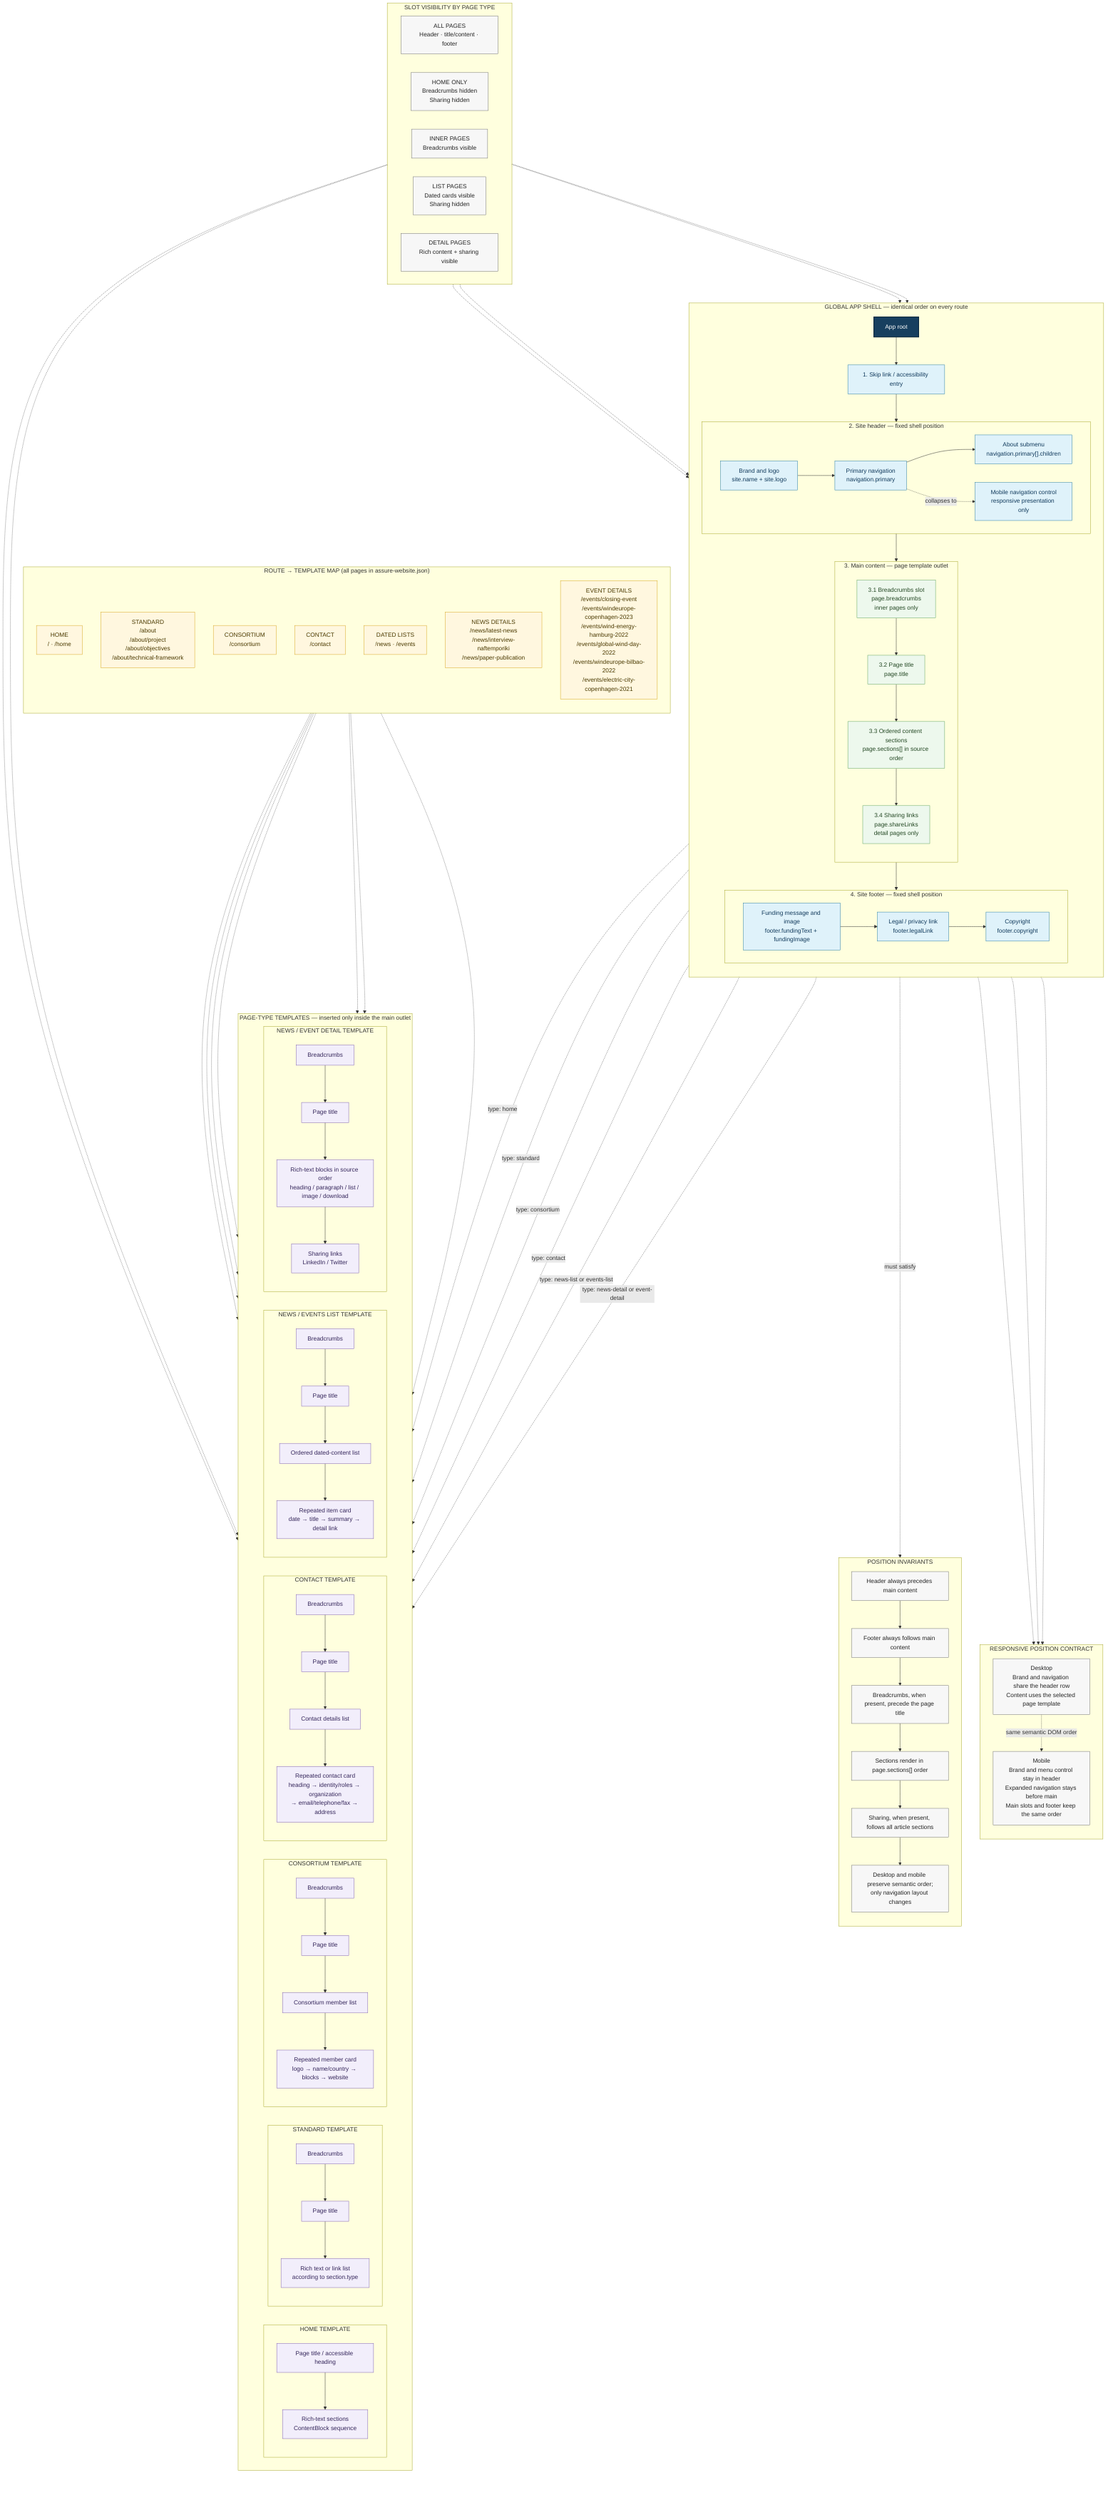
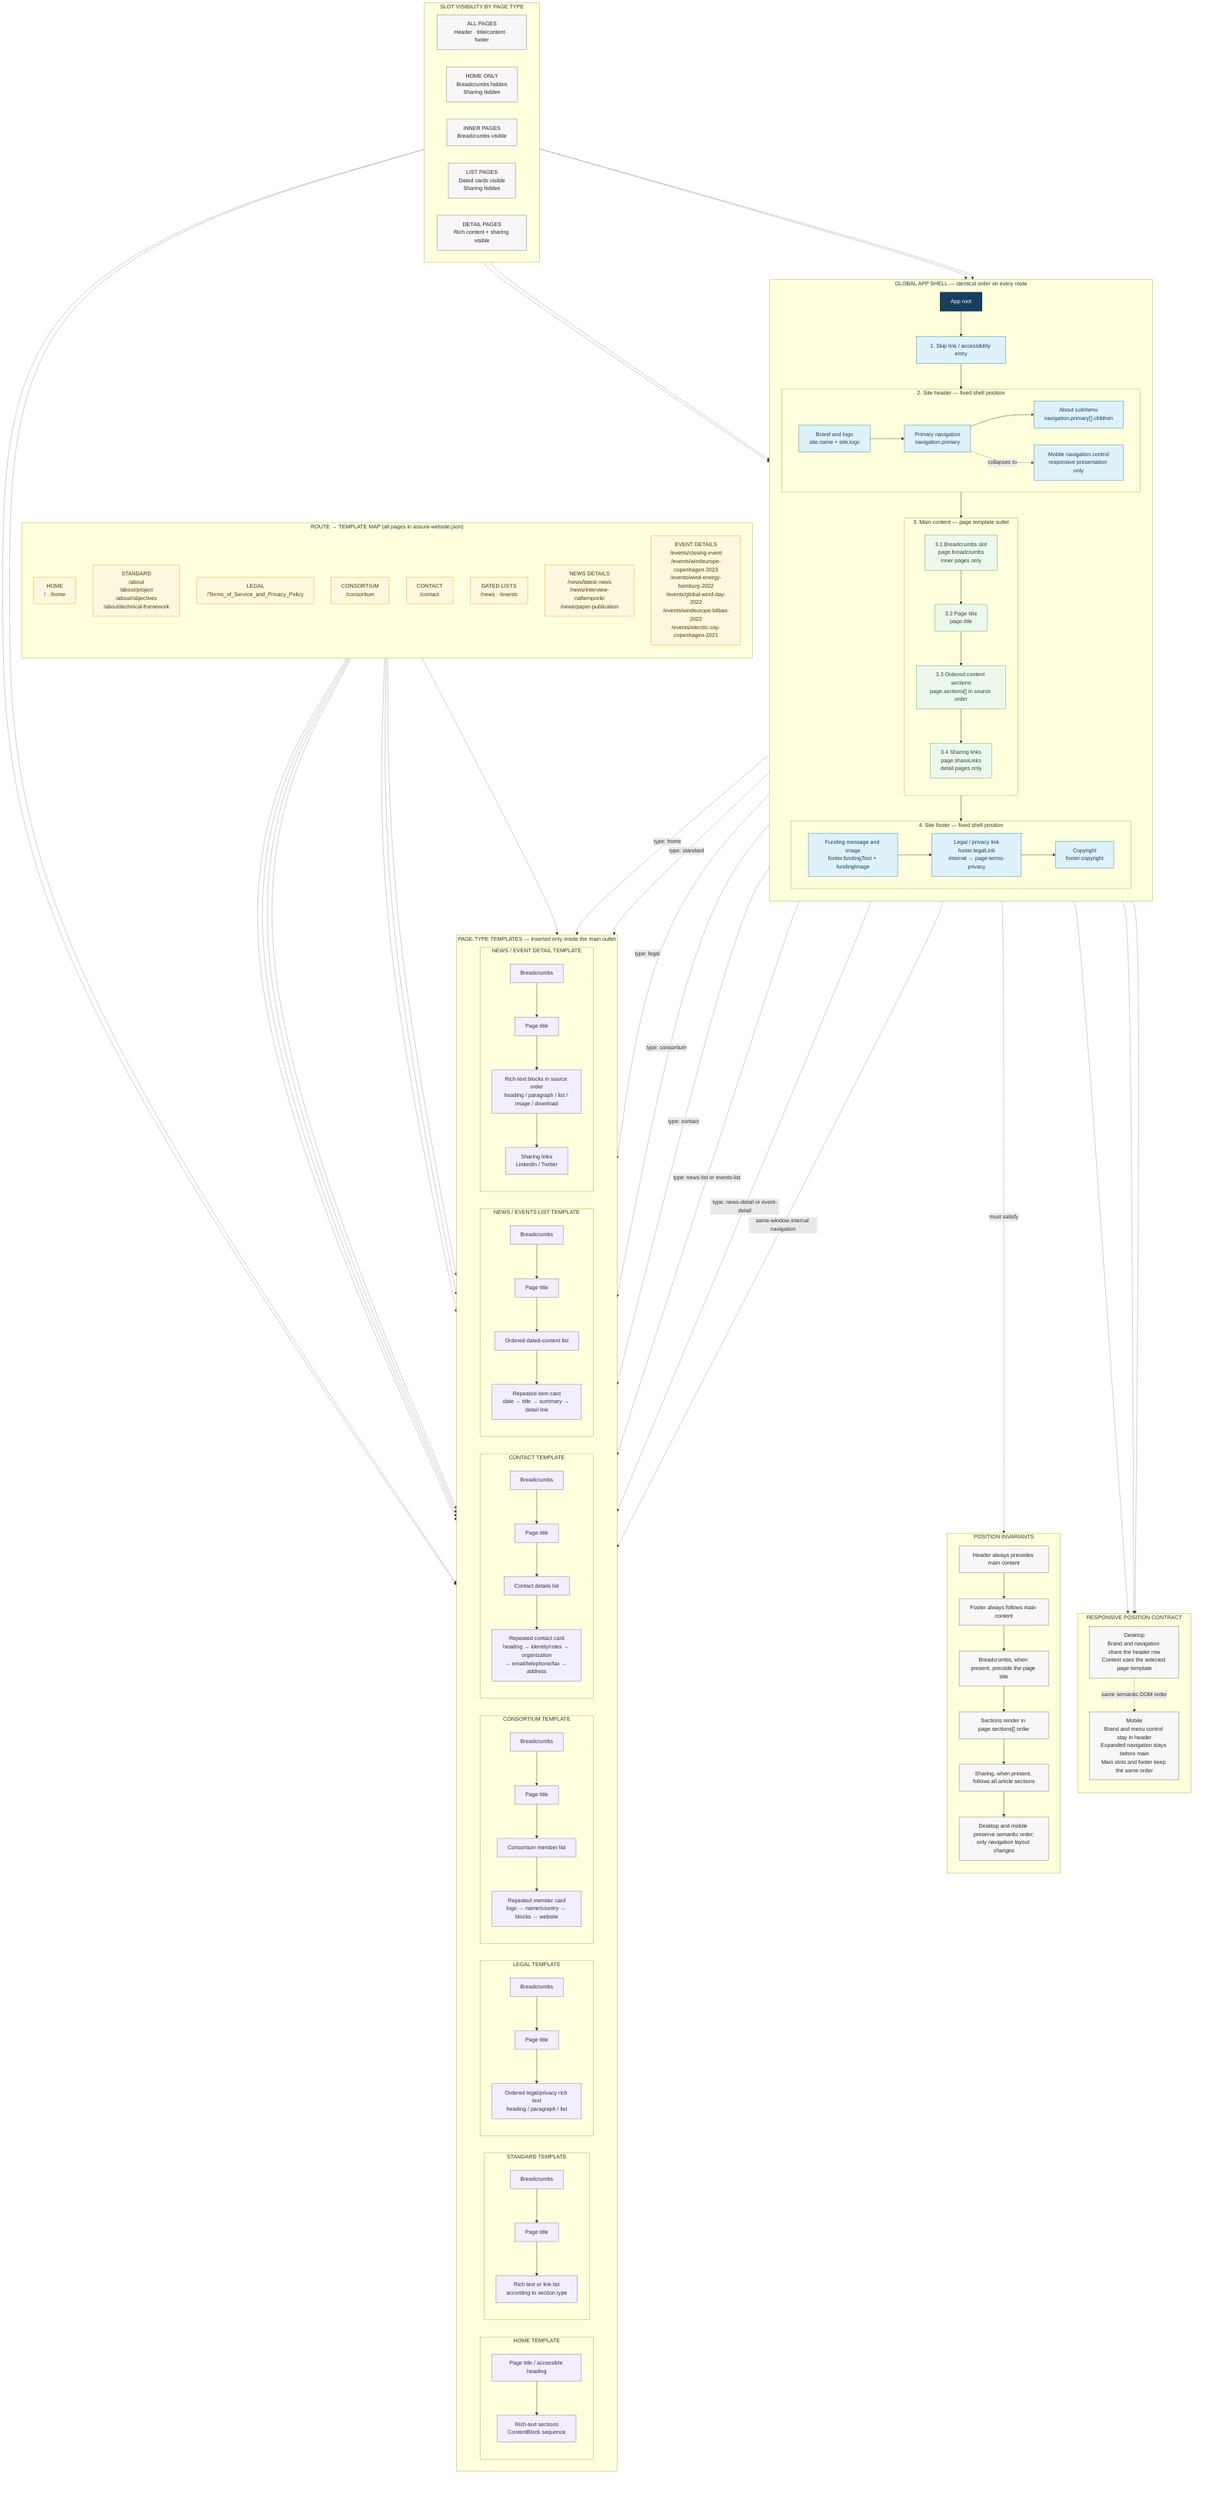
flowchart TB
    %% ASSURE app-shell contract.
    %% Solid arrows define rendering order; dotted arrows define data or template usage.

    subgraph shell["GLOBAL APP SHELL — identical order on every route"]
        direction TB
        app["App root"]
        skip["1. Skip link / accessibility entry"]

        subgraph header["2. Site header — fixed shell position"]
            direction LR
            brand["Brand and logo<br/>site.name + site.logo"]
            primaryNav["Primary navigation<br/>navigation.primary"]
            aboutMenu["About submenu<br/>navigation.primary[].children"]
            mobileToggle["Mobile navigation control<br/>responsive presentation only"]
            brand --> primaryNav --> aboutMenu
            primaryNav -. "collapses to" .-> mobileToggle
        end

        subgraph main["3. Main content — page template outlet"]
            direction TB
            breadcrumbSlot["3.1 Breadcrumbs slot<br/>page.breadcrumbs<br/>inner pages only"]
            titleSlot["3.2 Page title<br/>page.title"]
            sectionSlot["3.3 Ordered content sections<br/>page.sections[] in source order"]
            shareSlot["3.4 Sharing links<br/>page.shareLinks<br/>detail pages only"]
            breadcrumbSlot --> titleSlot --> sectionSlot --> shareSlot
        end

        subgraph footer["4. Site footer — fixed shell position"]
            direction LR
            funding["Funding message and image<br/>footer.fundingText + fundingImage"]
-             legal["Legal / privacy link<br/>footer.legalLink"]
+             legal["Legal / privacy link<br/>footer.legalLink<br/>internal → page-terms-privacy"]
            copyright["Copyright<br/>footer.copyright"]
            funding --> legal --> copyright
        end

        app --> skip --> header --> main --> footer
    end

    subgraph rules["POSITION INVARIANTS"]
        direction TB
        rule1["Header always precedes main content"]
        rule2["Footer always follows main content"]
        rule3["Breadcrumbs, when present, precede the page title"]
        rule4["Sections render in page.sections[] order"]
        rule5["Sharing, when present, follows all article sections"]
        rule6["Desktop and mobile preserve semantic order;<br/>only navigation layout changes"]
        rule1 --> rule2 --> rule3 --> rule4 --> rule5 --> rule6
    end

    shell -. "must satisfy" .-> rules

    subgraph templates["PAGE-TYPE TEMPLATES — inserted only inside the main outlet"]
        direction LR

        subgraph homeTemplate["HOME TEMPLATE"]
            direction TB
            homeTitle["Page title / accessible heading"]
            homeRich["Rich-text sections<br/>ContentBlock sequence"]
            homeTitle --> homeRich
        end

        subgraph standardTemplate["STANDARD TEMPLATE"]
            direction TB
            standardCrumbs["Breadcrumbs"]
            standardTitle["Page title"]
            standardContent["Rich text or link list<br/>according to section.type"]
            standardCrumbs --> standardTitle --> standardContent
+         end
+ 
+         subgraph legalTemplate["LEGAL TEMPLATE"]
+             direction TB
+             legalCrumbs["Breadcrumbs"]
+             legalTitle["Page title"]
+             legalContent["Ordered legal/privacy rich text<br/>heading / paragraph / list"]
+             legalCrumbs --> legalTitle --> legalContent
        end

        subgraph consortiumTemplate["CONSORTIUM TEMPLATE"]
            direction TB
            consortiumCrumbs["Breadcrumbs"]
            consortiumTitle["Page title"]
            memberList["Consortium member list"]
            memberCard["Repeated member card<br/>logo → name/country → blocks → website"]
            consortiumCrumbs --> consortiumTitle --> memberList --> memberCard
        end

        subgraph contactTemplate["CONTACT TEMPLATE"]
            direction TB
            contactCrumbs["Breadcrumbs"]
            contactTitle["Page title"]
            contactList["Contact details list"]
            contactCard["Repeated contact card<br/>heading → identity/roles → organization<br/>→ email/telephone/fax → address"]
            contactCrumbs --> contactTitle --> contactList --> contactCard
        end

        subgraph listTemplate["NEWS / EVENTS LIST TEMPLATE"]
            direction TB
            listCrumbs["Breadcrumbs"]
            listTitle["Page title"]
            datedList["Ordered dated-content list"]
            datedCard["Repeated item card<br/>date → title → summary → detail link"]
            listCrumbs --> listTitle --> datedList --> datedCard
        end

        subgraph detailTemplate["NEWS / EVENT DETAIL TEMPLATE"]
            direction TB
            detailCrumbs["Breadcrumbs"]
            detailTitle["Page title"]
            detailBody["Rich-text blocks in source order<br/>heading / paragraph / list / image / download"]
            detailShare["Sharing links<br/>LinkedIn / Twitter"]
            detailCrumbs --> detailTitle --> detailBody --> detailShare
        end
    end

    main -. "type: home" .-> homeTemplate
    main -. "type: standard" .-> standardTemplate
+     main -. "type: legal" .-> legalTemplate
    main -. "type: consortium" .-> consortiumTemplate
    main -. "type: contact" .-> contactTemplate
    main -. "type: news-list or events-list" .-> listTemplate
    main -. "type: news-detail or event-detail" .-> detailTemplate

    subgraph routeMap["ROUTE → TEMPLATE MAP (all pages in assure-website.json)"]
        direction TB
        homeRoutes["HOME<br/>/ · /home"]
        standardRoutes["STANDARD<br/>/about<br/>/about/project<br/>/about/objectives<br/>/about/technical-framework"]
+         legalRoutes["LEGAL<br/>/Terms_of_Service_and_Privacy_Policy"]
        consortiumRoutes["CONSORTIUM<br/>/consortium"]
        contactRoutes["CONTACT<br/>/contact"]
        listRoutes["DATED LISTS<br/>/news · /events"]
        newsDetailRoutes["NEWS DETAILS<br/>/news/latest-news<br/>/news/interview-naftemporiki<br/>/news/paper-publication"]
        eventDetailRoutes["EVENT DETAILS<br/>/events/closing-event<br/>/events/windeurope-copenhagen-2023<br/>/events/wind-energy-hamburg-2022<br/>/events/global-wind-day-2022<br/>/events/windeurope-bilbao-2022<br/>/events/electric-city-copenhagen-2021"]
    end

    homeRoutes -.-> homeTemplate
    standardRoutes -.-> standardTemplate
+     legalRoutes -.-> legalTemplate
    consortiumRoutes -.-> consortiumTemplate
    contactRoutes -.-> contactTemplate
    listRoutes -.-> listTemplate
    newsDetailRoutes -.-> detailTemplate
    eventDetailRoutes -.-> detailTemplate

    subgraph visibility["SLOT VISIBILITY BY PAGE TYPE"]
        direction LR
        allPages["ALL PAGES<br/>Header · title/content · footer"]
        homePages["HOME ONLY<br/>Breadcrumbs hidden<br/>Sharing hidden"]
        innerPages["INNER PAGES<br/>Breadcrumbs visible"]
        listPages["LIST PAGES<br/>Dated cards visible<br/>Sharing hidden"]
        detailPages["DETAIL PAGES<br/>Rich content + sharing visible"]
    end

    allPages -.-> header
    allPages -.-> footer
+     legal -. "same-window internal navigation" .-> legalTemplate
    homePages -.-> homeTemplate
    innerPages -.-> breadcrumbSlot
    listPages -.-> listTemplate
    detailPages -.-> shareSlot

    subgraph responsive["RESPONSIVE POSITION CONTRACT"]
        direction TB
        desktop["Desktop<br/>Brand and navigation share the header row<br/>Content uses the selected page template"]
        mobile["Mobile<br/>Brand and menu control stay in header<br/>Expanded navigation stays before main<br/>Main slots and footer keep the same order"]
        desktop -. "same semantic DOM order" .-> mobile
    end

    header -.-> responsive
    main -.-> responsive
    footer -.-> responsive

    classDef shellNode fill:#173f5f,color:#fff,stroke:#0b273c,stroke-width:2px
    classDef shared fill:#dff2fa,color:#123b5d,stroke:#2f80a8
    classDef slot fill:#edf8ed,color:#244824,stroke:#64a664
    classDef conditional fill:#fff7df,color:#4a3a00,stroke:#d9aa2b
    classDef template fill:#f2eefb,color:#35265b,stroke:#8467b4
    classDef rule fill:#f7f7f7,color:#252525,stroke:#777

    class app shellNode
    class skip,brand,primaryNav,aboutMenu,mobileToggle,funding,legal,copyright shared
    class breadcrumbSlot,titleSlot,sectionSlot,shareSlot slot
-     class homeTitle,homeRich,standardCrumbs,standardTitle,standardContent,consortiumCrumbs,consortiumTitle,memberList,memberCard,contactCrumbs,contactTitle,contactList,contactCard,listCrumbs,listTitle,datedList,datedCard,detailCrumbs,detailTitle,detailBody,detailShare template
-     class homeRoutes,standardRoutes,consortiumRoutes,contactRoutes,listRoutes,newsDetailRoutes,eventDetailRoutes conditional
+     class homeTitle,homeRich,standardCrumbs,standardTitle,standardContent,legalCrumbs,legalTitle,legalContent,consortiumCrumbs,consortiumTitle,memberList,memberCard,contactCrumbs,contactTitle,contactList,contactCard,listCrumbs,listTitle,datedList,datedCard,detailCrumbs,detailTitle,detailBody,detailShare template
+     class homeRoutes,standardRoutes,legalRoutes,consortiumRoutes,contactRoutes,listRoutes,newsDetailRoutes,eventDetailRoutes conditional
    class allPages,homePages,innerPages,listPages,detailPages,desktop,mobile,rule1,rule2,rule3,rule4,rule5,rule6 rule